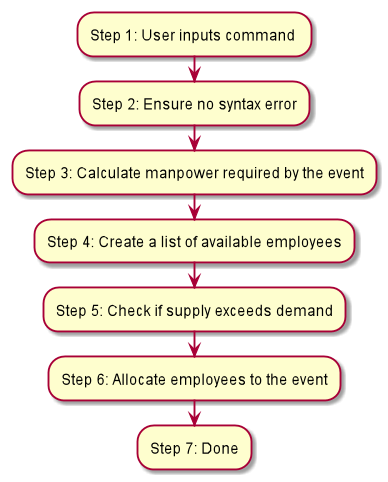
nus-cs2103-AY1920S1/addressbook-level3 keeps this PlantUML diagram as docs/images/AutoAllocateFlowChart.png. Above is the earlier version.
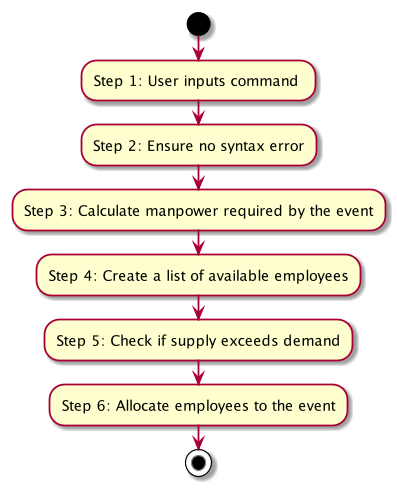
After the commit.

The edit, as a diff of the source:
```diff
@@ -1,10 +1,10 @@
 @startuml
+start
 :Step 1: User inputs command ;
 :Step 2: Ensure no syntax error;
 :Step 3: Calculate manpower required by the event;
 :Step 4: Create a list of available employees;
 :Step 5: Check if supply exceeds demand;
 :Step 6: Allocate employees to the event;
-:Step 7: Done;
-
+stop
 @enduml
```
